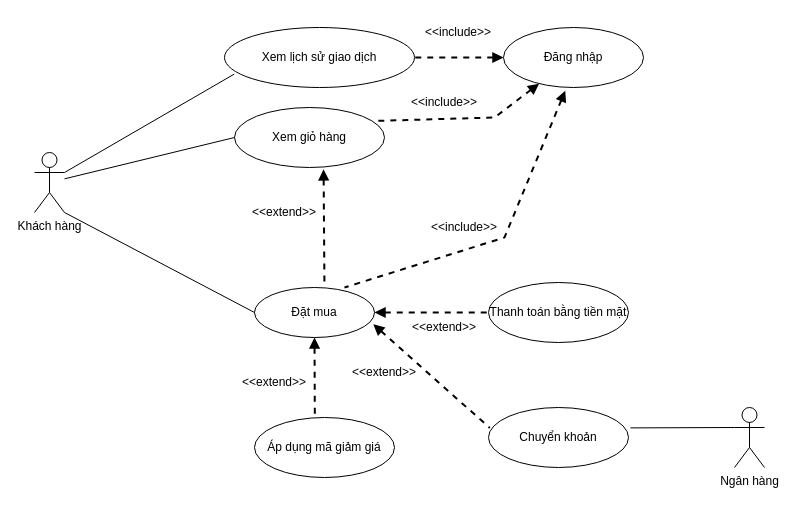
Above: Use Case Diagram/Cart_Checkout.drawio in NguyenThaiDung2003/IT3120Nhom11 (draw.io), before the change. Source tidied: cells renumbered, new cells numbered last; positions are measured from the earlier drawing's top-left corner, leaving out a move shared by most shapes. Both pictures are drawn from the tidied source at 100%, with x=0, y=0 at pixel (34, 17).
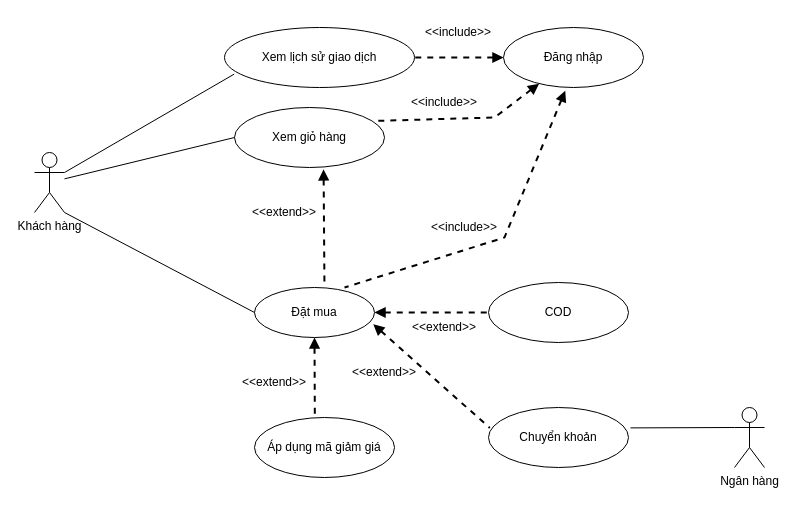
After the change.

Commit message (it also covers changes not shown here):
Chỉnh sửa phần activity Thanh toán, cập nhật phần sequence

Diff of the diagram source:
```diff
@@
-    <mxCell id="7" value="Thanh toán bằng tiền mặt" style="ellipse;whiteSpace=wrap;html=1;" parent="1" vertex="1">
+    <mxCell id="7" value="COD" style="ellipse;whiteSpace=wrap;html=1;" parent="1" vertex="1">
       <mxGeometry x="454" y="265" width="140" height="60" as="geometry" />
     </mxCell>
```
